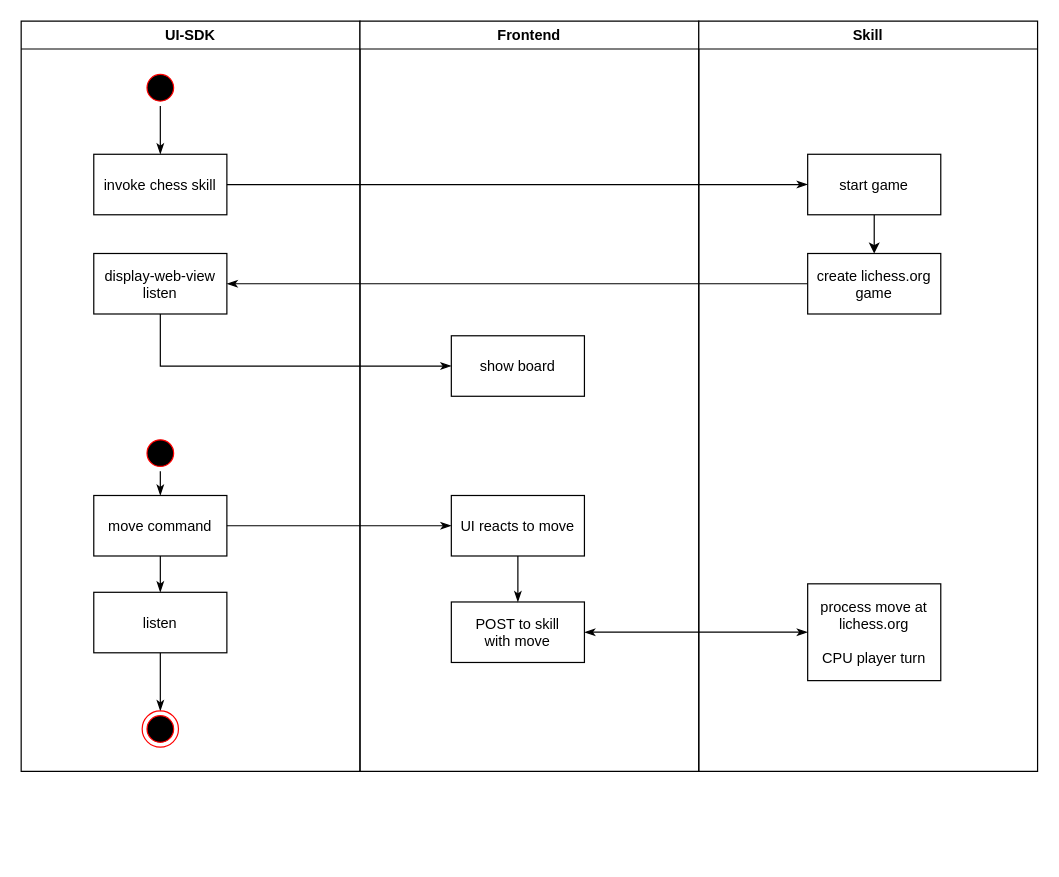
Earlier version of the draw.io diagram page "Command Flow" (2 of 2) of docs/flows.drawio (mosure/chess-assistant-skill). Source tidied: cells renumbered, new cells numbered last; positions are measured from the earlier drawing's top-left corner, leaving out a move shared by most shapes. Both pictures are drawn from the tidied source at 121%, with x=0, y=0 at pixel (21, 21).
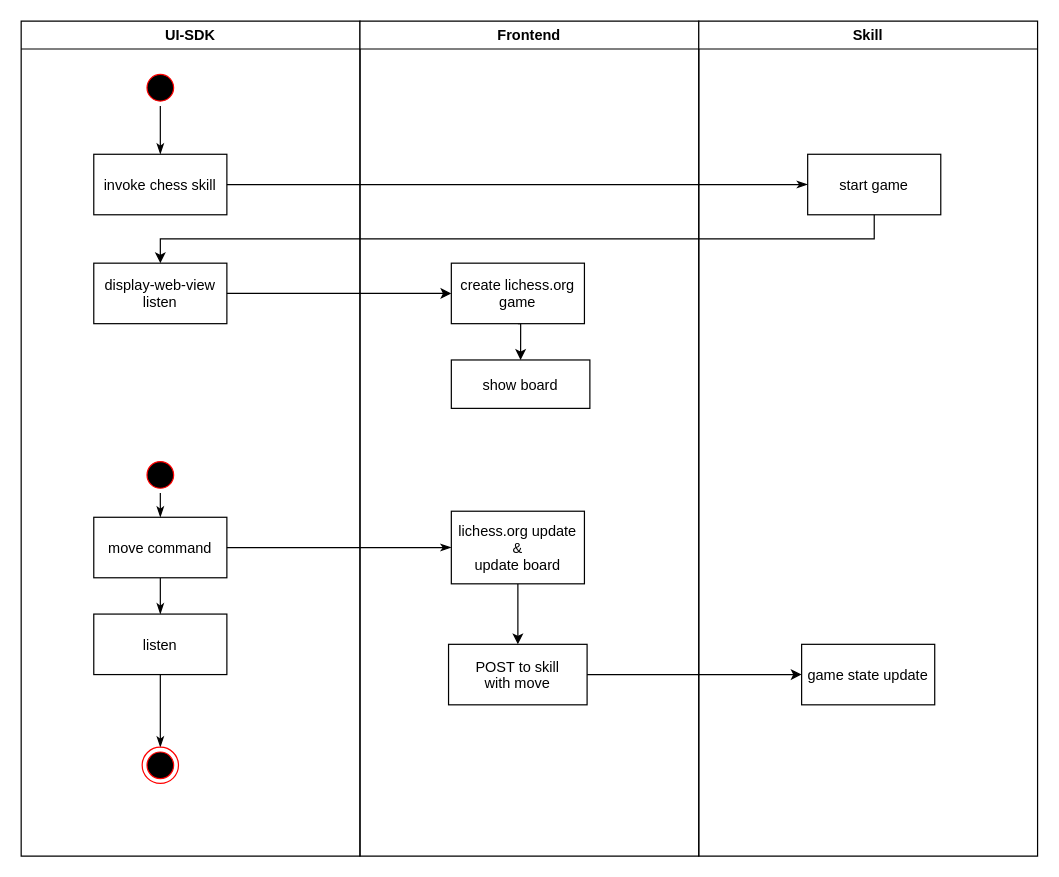
The same diagram, later.

Unchanged cells that the change refers to:
```xml
<mxCell id="21" value="start game" parent="19" vertex="1">
  <mxGeometry x="90" y="110" width="110" height="50" as="geometry" />
</mxCell>
```

Change to the diagram source:
```diff
@@
     <mxCell id="2" value="UI-SDK" style="swimlane;whiteSpace=wrap;startSize=23;" parent="1" vertex="1">
-      <mxGeometry width="280" height="620" as="geometry" />
+      <mxGeometry width="280" height="690" as="geometry" />
     </mxCell>
@@
     <mxCell id="6" value="display-web-view&#10;listen" parent="2" vertex="1">
-      <mxGeometry x="60" y="192" width="110" height="50" as="geometry" />
+      <mxGeometry x="60" y="200" width="110" height="50" as="geometry" />
     </mxCell>
@@
     <mxCell id="8" value="move command" parent="2" vertex="1">
-      <mxGeometry x="60" y="392" width="110" height="50" as="geometry" />
+      <mxGeometry x="60" y="410" width="110" height="50" as="geometry" />
     </mxCell>
@@
     <mxCell id="10" style="ellipse;shape=startState;fillColor=#000000;strokeColor=#ff0000;" parent="2" vertex="1">
-      <mxGeometry x="100" y="342" width="30" height="30" as="geometry" />
+      <mxGeometry x="100" y="360" width="30" height="30" as="geometry" />
     </mxCell>
@@
     <mxCell id="12" value="listen" parent="2" vertex="1">
-      <mxGeometry x="60" y="472" width="110" height="50" as="geometry" />
+      <mxGeometry x="60" y="490" width="110" height="50" as="geometry" />
     </mxCell>
     <mxCell id="13" style="ellipse;shape=endState;fillColor=#000000;strokeColor=#ff0000;" parent="2" vertex="1">
-      <mxGeometry x="100" y="570" width="30" height="30" as="geometry" />
+      <mxGeometry x="100" y="600" width="30" height="30" as="geometry" />
     </mxCell>
     <mxCell id="14" value="Frontend" style="swimlane;whiteSpace=wrap;" parent="1" vertex="1">
-      <mxGeometry x="280" width="280" height="620" as="geometry" />
+      <mxGeometry x="280" width="280" height="690" as="geometry" />
     </mxCell>
     <mxCell id="15" value="show board" parent="14" vertex="1">
-      <mxGeometry x="75.5" y="260" width="110" height="50" as="geometry" />
+      <mxGeometry x="75.5" y="280" width="114.5" height="40" as="geometry" />
     </mxCell>
-    <mxCell id="16" value="POST to skill&#10;with move" parent="14" vertex="1">
-      <mxGeometry x="75.5" y="480" width="110" height="50" as="geometry" />
-    </mxCell>
-    <mxCell id="17" style="edgeStyle=orthogonalEdgeStyle;rounded=0;jettySize=auto;html=1;exitX=0.5;exitY=1;exitDx=0;exitDy=0;entryX=0.5;entryY=0;entryDx=0;entryDy=0;endArrow=classicThin;endFill=1;strokeColor=#000000;" parent="14" edge="1" source="18" target="16">
+    <mxCell id="17" style="edgeStyle=orthogonalEdgeStyle;rounded=0;jettySize=auto;html=1;exitX=0.5;exitY=1;exitDx=0;exitDy=0;" parent="14" edge="1" source="18" target="16">
       <mxGeometry relative="1" as="geometry" />
     </mxCell>
-    <mxCell id="18" value="UI reacts to move" parent="14" vertex="1">
-      <mxGeometry x="75.5" y="392" width="110" height="50" as="geometry" />
+    <mxCell id="18" value="lichess.org update&#10;&amp;&#10;update board" parent="14" vertex="1">
+      <mxGeometry x="75.5" y="405" width="110" height="60" as="geometry" />
     </mxCell>
+    <mxCell id="29" style="edgeStyle=orthogonalEdgeStyle;rounded=0;jettySize=auto;html=1;exitX=0.5;exitY=1;exitDx=0;exitDy=0;entryX=0.5;entryY=0;entryDx=0;entryDy=0;" parent="14" edge="1" source="22" target="15">
+      <mxGeometry relative="1" as="geometry" />
+    </mxCell>
+    <mxCell id="22" value="create lichess.org&#10;game" parent="14" vertex="1">
+      <mxGeometry x="75.5" y="200" width="110" height="50" as="geometry" />
+    </mxCell>
+    <mxCell id="16" value="POST to skill&#10;with move" parent="14" vertex="1">
+      <mxGeometry x="73.2" y="515" width="114.5" height="50" as="geometry" />
+    </mxCell>
     <mxCell id="19" value="Skill" style="swimlane;whiteSpace=wrap;startSize=23;" parent="1" vertex="1">
-      <mxGeometry x="560" width="280" height="620" as="geometry" />
+      <mxGeometry x="560" width="280" height="690" as="geometry" />
     </mxCell>
-    <mxCell id="20" style="edgeStyle=orthogonalEdgeStyle;rounded=0;jettySize=auto;html=1;exitX=0.5;exitY=1;exitDx=0;exitDy=0;entryX=0.5;entryY=0;entryDx=0;entryDy=0;" parent="19" edge="1" source="21" target="22">
-      <mxGeometry relative="1" as="geometry" />
-    </mxCell>
@@
-    <mxCell id="22" value="create lichess.org&#10;game" parent="19" vertex="1">
-      <mxGeometry x="90" y="192" width="110" height="50" as="geometry" />
-    </mxCell>
-    <mxCell id="23" value="process move at&#10;lichess.org&#10;&#10;CPU player turn" parent="19" vertex="1">
-      <mxGeometry x="90" y="465" width="110" height="80" as="geometry" />
-    </mxCell>
+    <mxCell id="30" value="game state update" parent="19" vertex="1">
+      <mxGeometry x="85" y="515" width="110" height="50" as="geometry" />
+    </mxCell>
@@
-    <mxCell id="25" style="edgeStyle=orthogonalEdgeStyle;rounded=0;jettySize=auto;html=1;exitX=0;exitY=0.5;exitDx=0;exitDy=0;entryX=1;entryY=0.5;entryDx=0;entryDy=0;endArrow=classicThin;endFill=1;strokeColor=#000000;" parent="1" edge="1" source="22" target="6">
-      <mxGeometry relative="1" as="geometry" />
-    </mxCell>
-    <mxCell id="26" style="edgeStyle=orthogonalEdgeStyle;rounded=0;jettySize=auto;html=1;exitX=0.5;exitY=1;exitDx=0;exitDy=0;endArrow=classicThin;endFill=1;strokeColor=#000000;entryX=0;entryY=0.5;entryDx=0;entryDy=0;" parent="1" edge="1" source="6" target="15">
-      <mxGeometry relative="1" as="geometry" />
-    </mxCell>
@@
-    <mxCell id="28" style="edgeStyle=orthogonalEdgeStyle;rounded=0;jettySize=auto;html=1;exitX=1;exitY=0.5;exitDx=0;exitDy=0;entryX=0;entryY=0.5;entryDx=0;entryDy=0;endArrow=classicThin;endFill=1;strokeColor=#000000;startArrow=classicThin;startFill=1;" parent="1" edge="1" source="16" target="23">
-      <mxGeometry relative="1" as="geometry" />
-    </mxCell>
+    <mxCell id="31" style="edgeStyle=orthogonalEdgeStyle;rounded=0;jettySize=auto;html=1;exitX=0.5;exitY=1;exitDx=0;exitDy=0;entryX=0.5;entryY=0;entryDx=0;entryDy=0;" parent="1" edge="1" source="21" target="6">
+      <mxGeometry relative="1" as="geometry" />
+    </mxCell>
+    <mxCell id="32" style="edgeStyle=orthogonalEdgeStyle;rounded=0;jettySize=auto;html=1;exitX=1;exitY=0.5;exitDx=0;exitDy=0;entryX=0;entryY=0.5;entryDx=0;entryDy=0;" parent="1" edge="1" source="6" target="22">
+      <mxGeometry relative="1" as="geometry" />
+    </mxCell>
+    <mxCell id="33" style="edgeStyle=orthogonalEdgeStyle;rounded=0;jettySize=auto;html=1;exitX=1;exitY=0.5;exitDx=0;exitDy=0;entryX=0;entryY=0.5;entryDx=0;entryDy=0;" parent="1" edge="1" source="16" target="30">
+      <mxGeometry relative="1" as="geometry" />
+    </mxCell>
```
